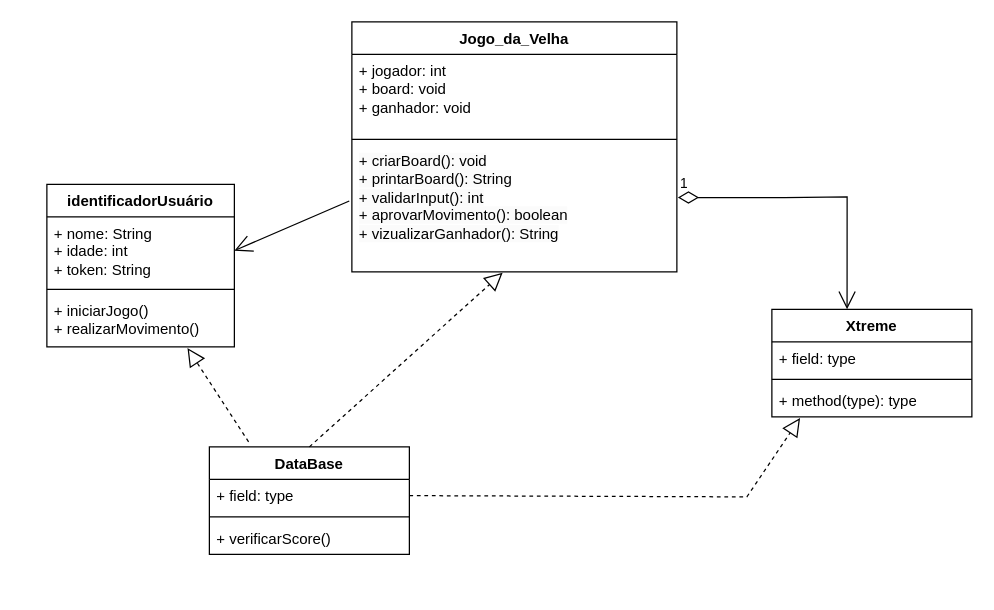
Above: mini_projeto_3/Projeto_3/diagrama_de_classes.drawio in antonioscarvalho/Projetos-Orientados-a-Objetos (draw.io), before the change. Source tidied: cells renumbered, new cells numbered last; positions are measured from the earlier drawing's top-left corner, leaving out a move shared by most shapes. Both pictures are drawn from the tidied source at 125%, with x=0, y=0 at pixel (46, 21).
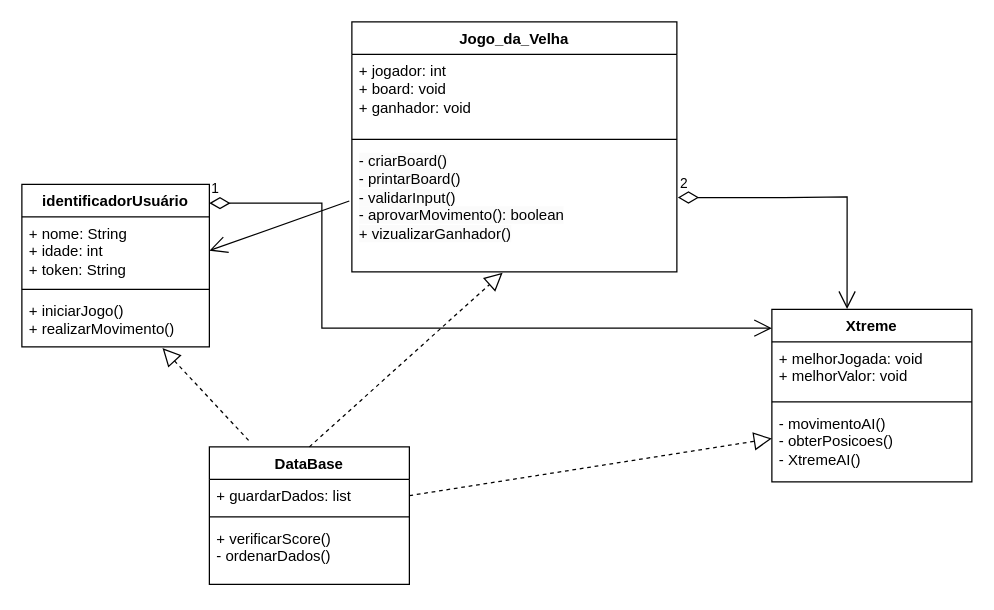
The same page after the edit.

The change refers to these unchanged cells:
```xml
<mxCell id="6" value="Jogo_da_Velha" style="swimlane;fontStyle=1;align=center;verticalAlign=top;horizontal=1;startSize=26;whiteSpace=wrap;html=1;" parent="1" vertex="1">
  <mxGeometry x="244" width="260" height="200" as="geometry" />
</mxCell>
```

Change to the diagram source:
```diff
@@
     <mxCell id="2" value="identificadorUsuário" style="swimlane;fontStyle=1;align=center;verticalAlign=top;horizontal=1;startSize=26;whiteSpace=wrap;html=1;" parent="1" vertex="1">
-      <mxGeometry y="130" width="150" height="130" as="geometry" />
+      <mxGeometry x="-20" y="130" width="150" height="130" as="geometry" />
     </mxCell>
@@
-    <mxCell id="9" value="&lt;span style=&quot;color: rgb(0, 0, 0); font-family: Helvetica; font-size: 12px; font-style: normal; font-variant-ligatures: normal; font-variant-caps: normal; font-weight: 400; letter-spacing: normal; orphans: 2; text-align: left; text-indent: 0px; text-transform: none; widows: 2; word-spacing: 0px; -webkit-text-stroke-width: 0px; background-color: rgb(251, 251, 251); text-decoration-thickness: initial; text-decoration-style: initial; text-decoration-color: initial; float: none; display: inline !important;&quot;&gt;+ criarBoard(): void&lt;/span&gt;&lt;br style=&quot;border-color: var(--border-color); color: rgb(0, 0, 0); font-family: Helvetica; font-size: 12px; font-style: normal; font-variant-ligatures: normal; font-variant-caps: normal; font-weight: 400; letter-spacing: normal; orphans: 2; text-align: left; text-indent: 0px; text-transform: none; widows: 2; word-spacing: 0px; -webkit-text-stroke-width: 0px; background-color: rgb(251, 251, 251); text-decoration-thickness: initial; text-decoration-style: initial; text-decoration-color: initial;&quot;&gt;&lt;span style=&quot;color: rgb(0, 0, 0); font-family: Helvetica; font-size: 12px; font-style: normal; font-variant-ligatures: normal; font-variant-caps: normal; font-weight: 400; letter-spacing: normal; orphans: 2; text-align: left; text-indent: 0px; text-transform: none; widows: 2; word-spacing: 0px; -webkit-text-stroke-width: 0px; background-color: rgb(251, 251, 251); text-decoration-thickness: initial; text-decoration-style: initial; text-decoration-color: initial; float: none; display: inline !important;&quot;&gt;+ printarBoard(): String&lt;br&gt;+ validarInput(): int&lt;br&gt;+ aprovarMovimento(): boolean&lt;br&gt;+ vizualizarGanhador(): String&lt;br&gt;&lt;/span&gt;" style="text;strokeColor=none;fillColor=none;align=left;verticalAlign=top;spacingLeft=4;spacingRight=4;overflow=hidden;points=[[0,0.5],[1,0.5]];portConstraint=eastwest;whiteSpace=wrap;html=1;" parent="6" vertex="1">
+    <mxCell id="9" value="&lt;span style=&quot;color: rgb(0, 0, 0); font-family: Helvetica; font-size: 12px; font-style: normal; font-variant-ligatures: normal; font-variant-caps: normal; font-weight: 400; letter-spacing: normal; orphans: 2; text-align: left; text-indent: 0px; text-transform: none; widows: 2; word-spacing: 0px; -webkit-text-stroke-width: 0px; background-color: rgb(251, 251, 251); text-decoration-thickness: initial; text-decoration-style: initial; text-decoration-color: initial; float: none; display: inline !important;&quot;&gt;- criarBoard()&lt;/span&gt;&lt;br style=&quot;border-color: var(--border-color); color: rgb(0, 0, 0); font-family: Helvetica; font-size: 12px; font-style: normal; font-variant-ligatures: normal; font-variant-caps: normal; font-weight: 400; letter-spacing: normal; orphans: 2; text-align: left; text-indent: 0px; text-transform: none; widows: 2; word-spacing: 0px; -webkit-text-stroke-width: 0px; background-color: rgb(251, 251, 251); text-decoration-thickness: initial; text-decoration-style: initial; text-decoration-color: initial;&quot;&gt;&lt;span style=&quot;color: rgb(0, 0, 0); font-family: Helvetica; font-size: 12px; font-style: normal; font-variant-ligatures: normal; font-variant-caps: normal; font-weight: 400; letter-spacing: normal; orphans: 2; text-align: left; text-indent: 0px; text-transform: none; widows: 2; word-spacing: 0px; -webkit-text-stroke-width: 0px; background-color: rgb(251, 251, 251); text-decoration-thickness: initial; text-decoration-style: initial; text-decoration-color: initial; float: none; display: inline !important;&quot;&gt;- printarBoard()&lt;br&gt;- validarInput()&lt;br&gt;- aprovarMovimento(): boolean&lt;br&gt;+ vizualizarGanhador()&lt;br&gt;&lt;/span&gt;" style="text;strokeColor=none;fillColor=none;align=left;verticalAlign=top;spacingLeft=4;spacingRight=4;overflow=hidden;points=[[0,0.5],[1,0.5]];portConstraint=eastwest;whiteSpace=wrap;html=1;" parent="6" vertex="1">
       <mxGeometry y="98" width="260" height="102" as="geometry" />
     </mxCell>
     <mxCell id="10" value="DataBase" style="swimlane;fontStyle=1;align=center;verticalAlign=top;horizontal=1;startSize=26;whiteSpace=wrap;html=1;" parent="1" vertex="1">
-      <mxGeometry x="130" y="340" width="160" height="86" as="geometry" />
+      <mxGeometry x="130" y="340" width="160" height="110" as="geometry" />
     </mxCell>
-    <mxCell id="11" value="+ field: type" style="text;strokeColor=none;fillColor=none;align=left;verticalAlign=top;spacingLeft=4;spacingRight=4;overflow=hidden;points=[[0,0.5],[1,0.5]];portConstraint=eastwest;whiteSpace=wrap;html=1;" parent="10" vertex="1">
+    <mxCell id="11" value="+ guardarDados: list" style="text;strokeColor=none;fillColor=none;align=left;verticalAlign=top;spacingLeft=4;spacingRight=4;overflow=hidden;points=[[0,0.5],[1,0.5]];portConstraint=eastwest;whiteSpace=wrap;html=1;" parent="10" vertex="1">
       <mxGeometry y="26" width="160" height="26" as="geometry" />
     </mxCell>
@@
-    <mxCell id="13" value="+ verificarScore()" style="text;strokeColor=none;fillColor=none;align=left;verticalAlign=top;spacingLeft=4;spacingRight=4;overflow=hidden;whiteSpace=wrap;html=1;" parent="10" vertex="1">
-      <mxGeometry y="60" width="160" height="26" as="geometry" />
+    <mxCell id="13" value="+ verificarScore()&lt;br&gt;- ordenarDados()" style="text;strokeColor=none;fillColor=none;align=left;verticalAlign=top;spacingLeft=4;spacingRight=4;overflow=hidden;whiteSpace=wrap;html=1;" parent="10" vertex="1">
+      <mxGeometry y="60" width="160" height="50" as="geometry" />
     </mxCell>
@@
     <mxCell id="17" value="Xtreme" style="swimlane;fontStyle=1;align=center;verticalAlign=top;horizontal=1;startSize=26;whiteSpace=wrap;html=1;" parent="1" vertex="1">
-      <mxGeometry x="580" y="230" width="160" height="86" as="geometry" />
+      <mxGeometry x="580" y="230" width="160" height="138" as="geometry" />
     </mxCell>
-    <mxCell id="18" value="+ field: type" style="text;strokeColor=none;fillColor=none;align=left;verticalAlign=top;spacingLeft=4;spacingRight=4;overflow=hidden;whiteSpace=wrap;html=1;" parent="17" vertex="1">
-      <mxGeometry y="26" width="160" height="26" as="geometry" />
+    <mxCell id="18" value="+ melhorJogada: void&lt;br&gt;+ melhorValor: void" style="text;strokeColor=none;fillColor=none;align=left;verticalAlign=top;spacingLeft=4;spacingRight=4;overflow=hidden;whiteSpace=wrap;html=1;" parent="17" vertex="1">
+      <mxGeometry y="26" width="160" height="44" as="geometry" />
     </mxCell>
     <mxCell id="19" style="line;strokeWidth=1;fillColor=none;align=left;verticalAlign=middle;spacingTop=-1;spacingLeft=3;spacingRight=3;labelPosition=right;strokeColor=inherit;" parent="17" vertex="1">
-      <mxGeometry y="52" width="160" height="8" as="geometry" />
+      <mxGeometry y="70" width="160" height="8" as="geometry" />
     </mxCell>
-    <mxCell id="20" value="+ method(type): type" style="text;strokeColor=none;fillColor=none;align=left;verticalAlign=top;spacingLeft=4;spacingRight=4;overflow=hidden;points=[[0,0.5],[1,0.5]];portConstraint=eastwest;whiteSpace=wrap;html=1;" parent="17" vertex="1">
-      <mxGeometry y="60" width="160" height="26" as="geometry" />
+    <mxCell id="20" value="- movimentoAI()&lt;br&gt;- obterPosicoes()&lt;br&gt;- XtremeAI()" style="text;strokeColor=none;fillColor=none;align=left;verticalAlign=top;spacingLeft=4;spacingRight=4;overflow=hidden;points=[[0,0.5],[1,0.5]];portConstraint=eastwest;whiteSpace=wrap;html=1;" parent="17" vertex="1">
+      <mxGeometry y="78" width="160" height="60" as="geometry" />
     </mxCell>
-    <mxCell id="21" value="1" style="endArrow=open;html=1;endSize=12;startArrow=diamondThin;startSize=14;startFill=0;edgeStyle=orthogonalEdgeStyle;align=left;verticalAlign=bottom;rounded=0;exitX=1.003;exitY=0.417;exitDx=0;exitDy=0;exitPerimeter=0;entryX=0.376;entryY=-0.002;entryDx=0;entryDy=0;entryPerimeter=0;" parent="1" edge="1" source="9" target="17">
+    <mxCell id="21" value="2" style="endArrow=open;html=1;endSize=12;startArrow=diamondThin;startSize=14;startFill=0;edgeStyle=orthogonalEdgeStyle;align=left;verticalAlign=bottom;rounded=0;exitX=1.003;exitY=0.417;exitDx=0;exitDy=0;exitPerimeter=0;entryX=0.376;entryY=-0.002;entryDx=0;entryDy=0;entryPerimeter=0;" parent="1" edge="1" source="9" target="17">
       <mxGeometry x="-1" y="3" relative="1" as="geometry">
         <Array as="points">
           <mxPoint x="590" y="141" />
           <mxPoint x="640" y="140" />
         </Array>
       </mxGeometry>
     </mxCell>
-    <mxCell id="22" style="endArrow=block;dashed=1;endFill=0;endSize=12;html=1;rounded=0;exitX=1;exitY=0.5;exitDx=0;exitDy=0;entryX=0.141;entryY=1.038;entryDx=0;entryDy=0;entryPerimeter=0;" parent="1" edge="1" source="11" target="20">
-      <mxGeometry relative="1" as="geometry">
-        <Array as="points">
-          <mxPoint x="560" y="380" />
-        </Array>
-      </mxGeometry>
+    <mxCell id="22" style="endArrow=block;dashed=1;endFill=0;endSize=12;html=1;rounded=0;exitX=1;exitY=0.5;exitDx=0;exitDy=0;entryX=0;entryY=0.422;entryDx=0;entryDy=0;entryPerimeter=0;" parent="1" edge="1" source="11" target="20">
+      <mxGeometry relative="1" as="geometry" />
     </mxCell>
+    <mxCell id="23" value="1" style="endArrow=open;html=1;endSize=12;startArrow=diamondThin;startSize=14;startFill=0;edgeStyle=orthogonalEdgeStyle;align=left;verticalAlign=bottom;rounded=0;" parent="1" edge="1">
+      <mxGeometry x="-1" y="3" relative="1" as="geometry">
+        <mxPoint x="130" y="145" as="sourcePoint" />
+        <mxPoint x="580" y="245" as="targetPoint" />
+        <Array as="points">
+          <mxPoint x="220" y="145" />
+          <mxPoint x="220" y="245" />
+        </Array>
+      </mxGeometry>
+    </mxCell>
```
